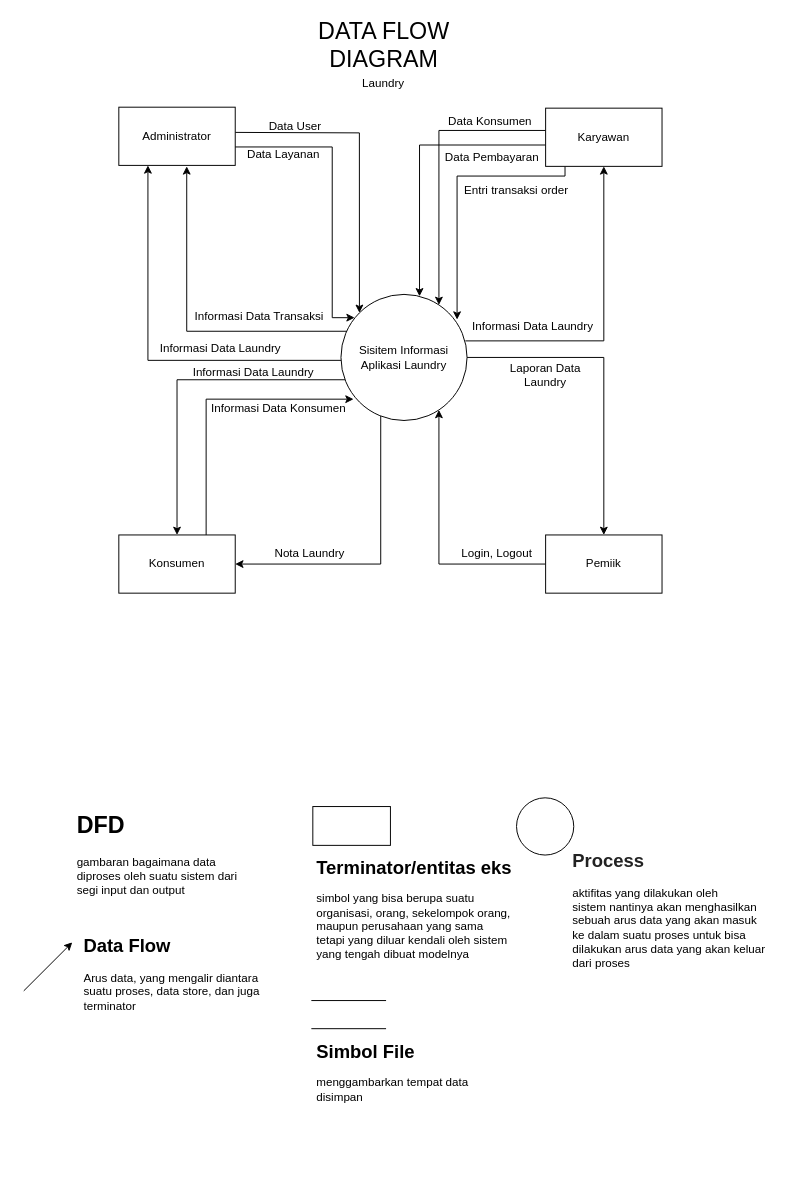
This is page "DFD" (2 of 6) of Desain Ujikom.drawio from alditasptnsr/ujikom_aldita, a draw.io file, before an edit. Source tidied: cells renumbered, new cells numbered last; positions are measured from the earlier drawing's top-left corner, leaving out a move shared by most shapes. Both pictures are drawn from the tidied source at 97%, with x=0, y=0 at pixel (23, 30).
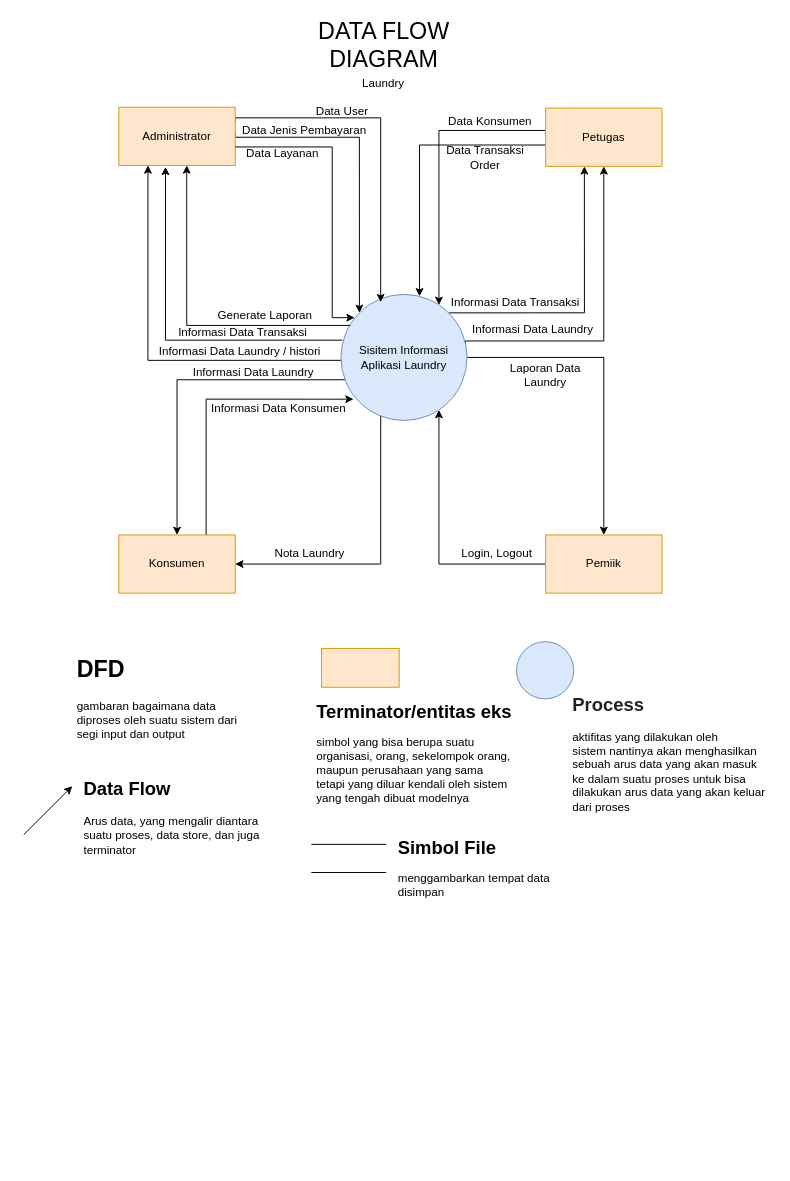
The same page after the edit.

Diff of the diagram source:
```diff
@@
+    <mxCell id="44" style="edgeStyle=orthogonalEdgeStyle;rounded=0;jettySize=auto;html=1;exitX=1;exitY=0;exitDx=0;exitDy=0;entryX=0.333;entryY=1;entryDx=0;entryDy=0;entryPerimeter=0;" parent="1" edge="1" source="7" target="17">
+      <mxGeometry relative="1" as="geometry" />
+    </mxCell>
-    <mxCell id="7" value="Sisitem Informasi Aplikasi Laundry" style="ellipse;whiteSpace=wrap;html=1;" parent="1" vertex="1">
+    <mxCell id="7" value="Sisitem Informasi Aplikasi Laundry" style="ellipse;whiteSpace=wrap;html=1;fillColor=#dae8fc;strokeColor=#6c8ebf;" parent="1" vertex="1">
       <mxGeometry x="327" y="272" width="130" height="130" as="geometry" />
     </mxCell>
     <mxCell id="8" style="edgeStyle=orthogonalEdgeStyle;rounded=0;jettySize=auto;html=1;entryX=0;entryY=0;entryDx=0;entryDy=0;" parent="1" edge="1" target="7">
       <mxGeometry relative="1" as="geometry">
         <mxPoint x="218" y="105" as="sourcePoint" />
+        <Array as="points">
+          <mxPoint x="218" y="110" />
+          <mxPoint x="346" y="110" />
+        </Array>
       </mxGeometry>
     </mxCell>
+    <mxCell id="45" style="edgeStyle=orthogonalEdgeStyle;rounded=0;jettySize=auto;html=1;exitX=1;exitY=0.25;exitDx=0;exitDy=0;entryX=0.315;entryY=0.062;entryDx=0;entryDy=0;entryPerimeter=0;" parent="1" edge="1" source="9" target="7">
+      <mxGeometry relative="1" as="geometry">
+        <Array as="points">
+          <mxPoint x="218" y="90" />
+          <mxPoint x="368" y="90" />
+        </Array>
+      </mxGeometry>
+    </mxCell>
+    <mxCell id="46" style="edgeStyle=orthogonalEdgeStyle;rounded=0;jettySize=auto;html=1;entryX=-0.012;entryY=0.394;entryDx=0;entryDy=0;entryPerimeter=0;exitX=0.401;exitY=1.025;exitDx=0;exitDy=0;exitPerimeter=0;endArrow=none;endFill=0;startArrow=classic;startFill=1;" parent="1" edge="1" source="9">
+      <mxGeometry relative="1" as="geometry">
+        <mxPoint x="328.4" y="319.2" as="targetPoint" />
+        <Array as="points">
+          <mxPoint x="146" y="319" />
+        </Array>
+      </mxGeometry>
+    </mxCell>
+    <mxCell id="47" style="edgeStyle=orthogonalEdgeStyle;rounded=0;jettySize=auto;html=1;endArrow=none;endFill=0;startArrow=classic;startFill=1;" parent="1" edge="1" source="9">
+      <mxGeometry relative="1" as="geometry">
+        <mxPoint x="336.6" y="304" as="targetPoint" />
+        <Array as="points">
+          <mxPoint x="168" y="304" />
+        </Array>
+      </mxGeometry>
+    </mxCell>
-    <mxCell id="9" value="Administrator" style="rounded=0;whiteSpace=wrap;html=1;" parent="1" vertex="1">
+    <mxCell id="9" value="Administrator" style="rounded=0;whiteSpace=wrap;html=1;fillColor=#ffe6cc;strokeColor=#d79b00;" parent="1" vertex="1">
       <mxGeometry x="98" y="79" width="120" height="60" as="geometry" />
     </mxCell>
@@
-    <mxCell id="11" value="Konsumen" style="rounded=0;whiteSpace=wrap;html=1;" parent="1" vertex="1">
+    <mxCell id="11" value="Konsumen" style="rounded=0;whiteSpace=wrap;html=1;fillColor=#ffe6cc;strokeColor=#d79b00;" parent="1" vertex="1">
       <mxGeometry x="98" y="520" width="120" height="60" as="geometry" />
     </mxCell>
@@
-    <mxCell id="13" value="Pemiik" style="rounded=0;whiteSpace=wrap;html=1;" parent="1" vertex="1">
+    <mxCell id="13" value="Pemiik" style="rounded=0;whiteSpace=wrap;html=1;fillColor=#ffe6cc;strokeColor=#d79b00;" parent="1" vertex="1">
       <mxGeometry x="538" y="520" width="120" height="60" as="geometry" />
     </mxCell>
@@
-    <mxCell id="16" style="edgeStyle=orthogonalEdgeStyle;rounded=0;jettySize=auto;html=1;entryX=0.921;entryY=0.2;entryDx=0;entryDy=0;entryPerimeter=0;" parent="1" edge="1" source="17" target="7">
-      <mxGeometry relative="1" as="geometry">
-        <Array as="points">
-          <mxPoint x="558" y="150" />
-          <mxPoint x="447" y="150" />
-        </Array>
-      </mxGeometry>
-    </mxCell>
-    <mxCell id="17" value="Karyawan" style="rounded=0;whiteSpace=wrap;html=1;" parent="1" vertex="1">
+    <mxCell id="17" value="Petugas" style="rounded=0;whiteSpace=wrap;html=1;fillColor=#ffe6cc;strokeColor=#d79b00;" parent="1" vertex="1">
       <mxGeometry x="538" y="80" width="120" height="60" as="geometry" />
     </mxCell>
@@
     <mxCell id="21" value="Informasi Data Laundry" style="text;html=1;strokeColor=none;fillColor=none;align=center;verticalAlign=middle;whiteSpace=wrap;rounded=0;" parent="1" vertex="1">
-      <mxGeometry x="450" y="290" width="150" height="30" as="geometry" />
+      <mxGeometry x="450" y="293" width="150" height="30" as="geometry" />
     </mxCell>
     <mxCell id="22" value="Data Layanan" style="text;html=1;strokeColor=none;fillColor=none;align=center;verticalAlign=middle;whiteSpace=wrap;rounded=0;" parent="1" vertex="1">
-      <mxGeometry x="228" y="113" width="80" height="30" as="geometry" />
+      <mxGeometry x="227" y="118" width="80" height="17" as="geometry" />
     </mxCell>
     <mxCell id="23" value="Data User" style="text;html=1;strokeColor=none;fillColor=none;align=center;verticalAlign=middle;whiteSpace=wrap;rounded=0;" parent="1" vertex="1">
-      <mxGeometry x="210" y="84" width="140" height="30" as="geometry" />
+      <mxGeometry x="282.5" y="79" width="91" height="10" as="geometry" />
     </mxCell>
@@
-    <mxCell id="27" value="Data Pembayaran" style="text;html=1;strokeColor=none;fillColor=none;align=center;verticalAlign=middle;whiteSpace=wrap;rounded=0;" parent="1" vertex="1">
-      <mxGeometry x="432" y="116" width="102" height="30" as="geometry" />
+    <mxCell id="27" value="Data Transaksi Order" style="text;html=1;strokeColor=none;fillColor=none;align=center;verticalAlign=middle;whiteSpace=wrap;rounded=0;" parent="1" vertex="1">
+      <mxGeometry x="418" y="116" width="116" height="30" as="geometry" />
     </mxCell>
-    <mxCell id="28" value="Informasi Data Laundry" style="text;html=1;strokeColor=none;fillColor=none;align=center;verticalAlign=middle;whiteSpace=wrap;rounded=0;" parent="1" vertex="1">
-      <mxGeometry x="128" y="313" width="150" height="30" as="geometry" />
+    <mxCell id="28" value="Informasi Data Laundry / histori" style="text;html=1;strokeColor=none;fillColor=none;align=center;verticalAlign=middle;whiteSpace=wrap;rounded=0;" parent="1" vertex="1">
+      <mxGeometry x="128" y="316" width="190" height="30" as="geometry" />
     </mxCell>
@@
-    <mxCell id="30" value="Entri transaksi order" style="text;html=1;strokeColor=none;fillColor=none;align=center;verticalAlign=middle;whiteSpace=wrap;rounded=0;" parent="1" vertex="1">
-      <mxGeometry x="438" y="150" width="140" height="30" as="geometry" />
-    </mxCell>
-    <mxCell id="31" style="edgeStyle=orthogonalEdgeStyle;rounded=0;jettySize=auto;html=1;" parent="1" edge="1" source="7">
-      <mxGeometry relative="1" as="geometry">
-        <mxPoint x="168" y="140" as="targetPoint" />
-        <Array as="points">
-          <mxPoint x="168" y="310" />
-          <mxPoint x="168" y="140" />
-        </Array>
-      </mxGeometry>
-    </mxCell>
     <mxCell id="32" value="Informasi Data Transaksi" style="text;html=1;strokeColor=none;fillColor=none;align=center;verticalAlign=middle;whiteSpace=wrap;rounded=0;" parent="1" vertex="1">
-      <mxGeometry x="168" y="280" width="150" height="30" as="geometry" />
+      <mxGeometry x="151" y="296" width="150" height="30" as="geometry" />
     </mxCell>
@@
     <mxCell id="35" value="&lt;h1&gt;&lt;span style=&quot;background-color: initial;&quot;&gt;DFD&lt;/span&gt;&amp;nbsp;&lt;/h1&gt;&lt;div style=&quot;&quot;&gt;&lt;span style=&quot;background-color: initial;&quot;&gt;gambaran bagaimana data diproses oleh suatu sistem dari segi input dan output&lt;/span&gt;&lt;/div&gt;" style="text;html=1;strokeColor=none;fillColor=none;spacing=5;spacingTop=-20;whiteSpace=wrap;overflow=hidden;rounded=0;" parent="1" vertex="1">
-      <mxGeometry x="50" y="800" width="190" height="120" as="geometry" />
+      <mxGeometry x="50" y="639" width="190" height="120" as="geometry" />
     </mxCell>
-    <mxCell id="36" style="rounded=0;whiteSpace=wrap;html=1;" parent="1" vertex="1">
-      <mxGeometry x="298" y="800" width="80" height="40" as="geometry" />
+    <mxCell id="36" style="rounded=0;whiteSpace=wrap;html=1;fillColor=#ffe6cc;strokeColor=#d79b00;" parent="1" vertex="1">
+      <mxGeometry x="307" y="637" width="80" height="40" as="geometry" />
     </mxCell>
     <mxCell id="37" value="&lt;h1 style=&quot;font-size: 19px;&quot;&gt;Terminator/entitas eks&lt;/h1&gt;simbol yang bisa berupa suatu organisasi, orang, sekelompok orang, maupun perusahaan yang sama tetapi yang diluar kendali oleh sistem yang tengah dibuat modelnya" style="text;html=1;strokeColor=none;fillColor=none;spacing=5;spacingTop=-20;whiteSpace=wrap;overflow=hidden;rounded=0;" parent="1" vertex="1">
-      <mxGeometry x="297" y="850" width="211" height="130" as="geometry" />
+      <mxGeometry x="297" y="689" width="211" height="130" as="geometry" />
     </mxCell>
-    <mxCell id="38" style="ellipse;whiteSpace=wrap;html=1;" parent="1" vertex="1">
-      <mxGeometry x="508" y="791" width="59" height="59" as="geometry" />
+    <mxCell id="38" style="ellipse;whiteSpace=wrap;html=1;fillColor=#dae8fc;strokeColor=#6c8ebf;" parent="1" vertex="1">
+      <mxGeometry x="508" y="630" width="59" height="59" as="geometry" />
     </mxCell>
     <mxCell id="39" value="&lt;h1&gt;&lt;/h1&gt;&lt;h3 style=&quot;margin: 0px 0px 12px; padding: 0px; border: 0px; font-variant-numeric: inherit; font-variant-east-asian: inherit; font-stretch: inherit; font-size: 19px; line-height: 1.4; font-family: Helvetica, Arial, sans-serif; vertical-align: baseline; color: rgb(34, 34, 34); background-color: rgb(255, 255, 255);&quot;&gt;&lt;strong style=&quot;margin: 0px; padding: 0px; border: 0px; font-style: inherit; font-variant: inherit; font-stretch: inherit; font-size: inherit; line-height: inherit; font-family: inherit; vertical-align: baseline;&quot;&gt;Process&lt;/strong&gt;&lt;/h3&gt;aktifitas yang dilakukan oleh sistem&amp;nbsp;nantinya akan menghasilkan sebuah arus data yang akan masuk ke dalam suatu proses untuk bisa dilakukan arus data yang akan keluar dari proses" style="text;html=1;strokeColor=none;fillColor=none;spacing=5;spacingTop=-20;whiteSpace=wrap;overflow=hidden;rounded=0;" parent="1" vertex="1">
-      <mxGeometry x="561" y="838" width="211" height="130" as="geometry" />
+      <mxGeometry x="561" y="677" width="211" height="130" as="geometry" />
     </mxCell>
     <mxCell id="40" style="endArrow=classic;html=1;rounded=0;" parent="1" edge="1">
       <mxGeometry relative="1" as="geometry">
-        <mxPoint y="990" as="sourcePoint" />
-        <mxPoint x="50" y="940" as="targetPoint" />
+        <mxPoint y="829" as="sourcePoint" />
+        <mxPoint x="50" y="779" as="targetPoint" />
       </mxGeometry>
     </mxCell>
     <mxCell id="41" value="&lt;h1 style=&quot;font-size: 19px;&quot;&gt;&lt;/h1&gt;&lt;span style=&quot;font-size: 19px;&quot;&gt;&lt;b&gt;Data Flow&lt;br&gt;&lt;/b&gt;&lt;/span&gt;&lt;br&gt;Arus data, yang&amp;nbsp;mengalir diantara suatu proses, data store, dan juga terminator" style="text;html=1;strokeColor=none;fillColor=none;spacing=5;spacingTop=-20;whiteSpace=wrap;overflow=hidden;rounded=0;" parent="1" vertex="1">
-      <mxGeometry x="57" y="930" width="211" height="130" as="geometry" />
+      <mxGeometry x="57" y="769" width="211" height="130" as="geometry" />
     </mxCell>
     <mxCell id="42" style="shape=partialRectangle;whiteSpace=wrap;html=1;left=0;right=0;fillColor=none;" parent="1" vertex="1">
-      <mxGeometry x="297" y="1000" width="76" height="29" as="geometry" />
+      <mxGeometry x="297" y="839" width="76" height="29" as="geometry" />
     </mxCell>
     <mxCell id="43" value="&lt;h1 style=&quot;font-size: 19px;&quot;&gt;&lt;font style=&quot;font-size: 19px;&quot;&gt;Simbol File&amp;nbsp;&lt;/font&gt;&lt;/h1&gt;menggambarkan tempat data disimpan" style="text;html=1;strokeColor=none;fillColor=none;spacing=5;spacingTop=-20;whiteSpace=wrap;overflow=hidden;rounded=0;" parent="1" vertex="1">
-      <mxGeometry x="297" y="1040" width="211" height="130" as="geometry" />
+      <mxGeometry x="380.5" y="829" width="191" height="110" as="geometry" />
     </mxCell>
+    <mxCell id="48" value="Data Jenis Pembayaran" style="text;html=1;strokeColor=none;fillColor=none;align=center;verticalAlign=middle;whiteSpace=wrap;rounded=0;" parent="1" vertex="1">
+      <mxGeometry x="224" y="94" width="131" height="17" as="geometry" />
+    </mxCell>
+    <mxCell id="49" value="Informasi Data Transaksi" style="text;html=1;strokeColor=none;fillColor=none;align=center;verticalAlign=middle;whiteSpace=wrap;rounded=0;" parent="1" vertex="1">
+      <mxGeometry x="432" y="265" width="150" height="30" as="geometry" />
+    </mxCell>
+    <mxCell id="50" value="Generate Laporan" style="text;html=1;strokeColor=none;fillColor=none;align=center;verticalAlign=middle;whiteSpace=wrap;rounded=0;" parent="1" vertex="1">
+      <mxGeometry x="174" y="279" width="150" height="30" as="geometry" />
+    </mxCell>
```
